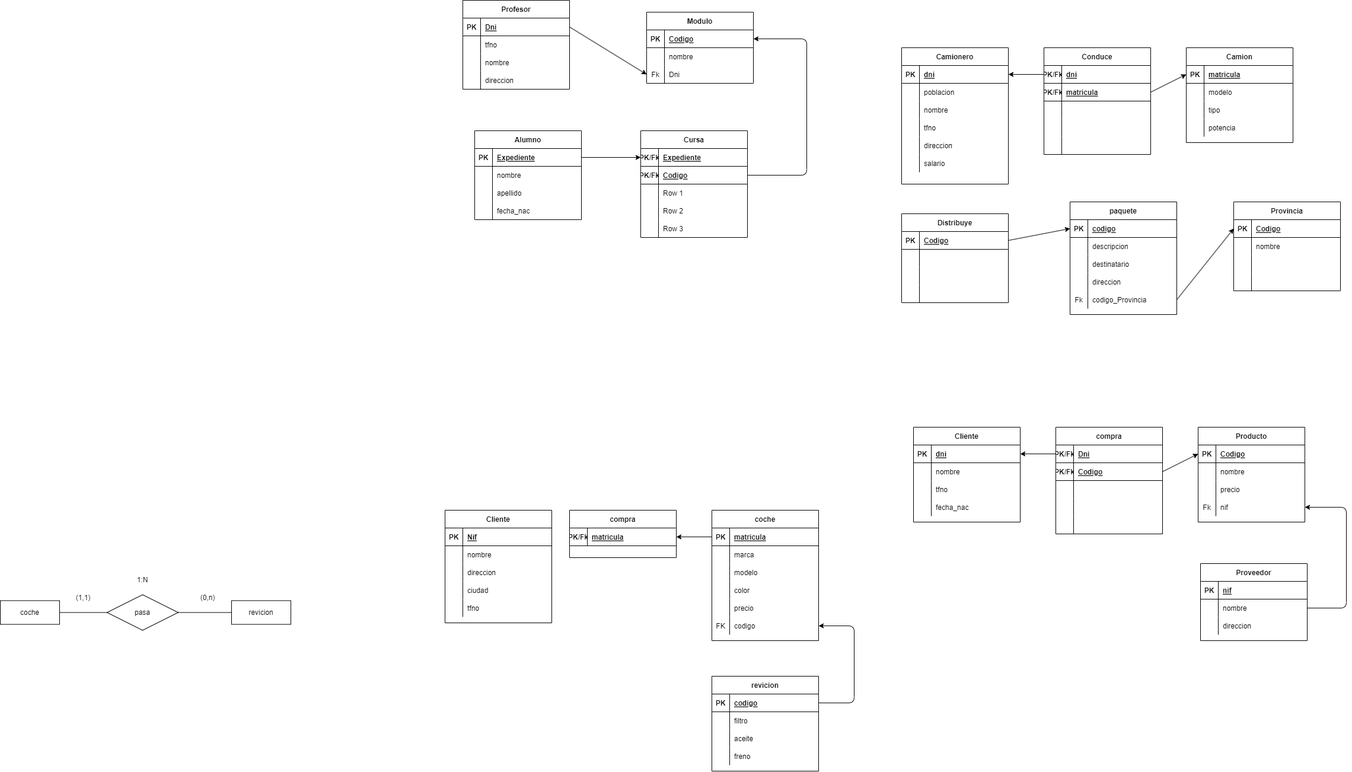
Before: Tema3/Ejercicio/Transformación a modelo relacional/driagrama.drawio.png, a diagram exported from draw.io (Joseman2000LR/Bae). Source tidied: cells renumbered, new cells last; positions are measured from the earlier drawing's top-left corner, leaving out a move shared by most shapes.
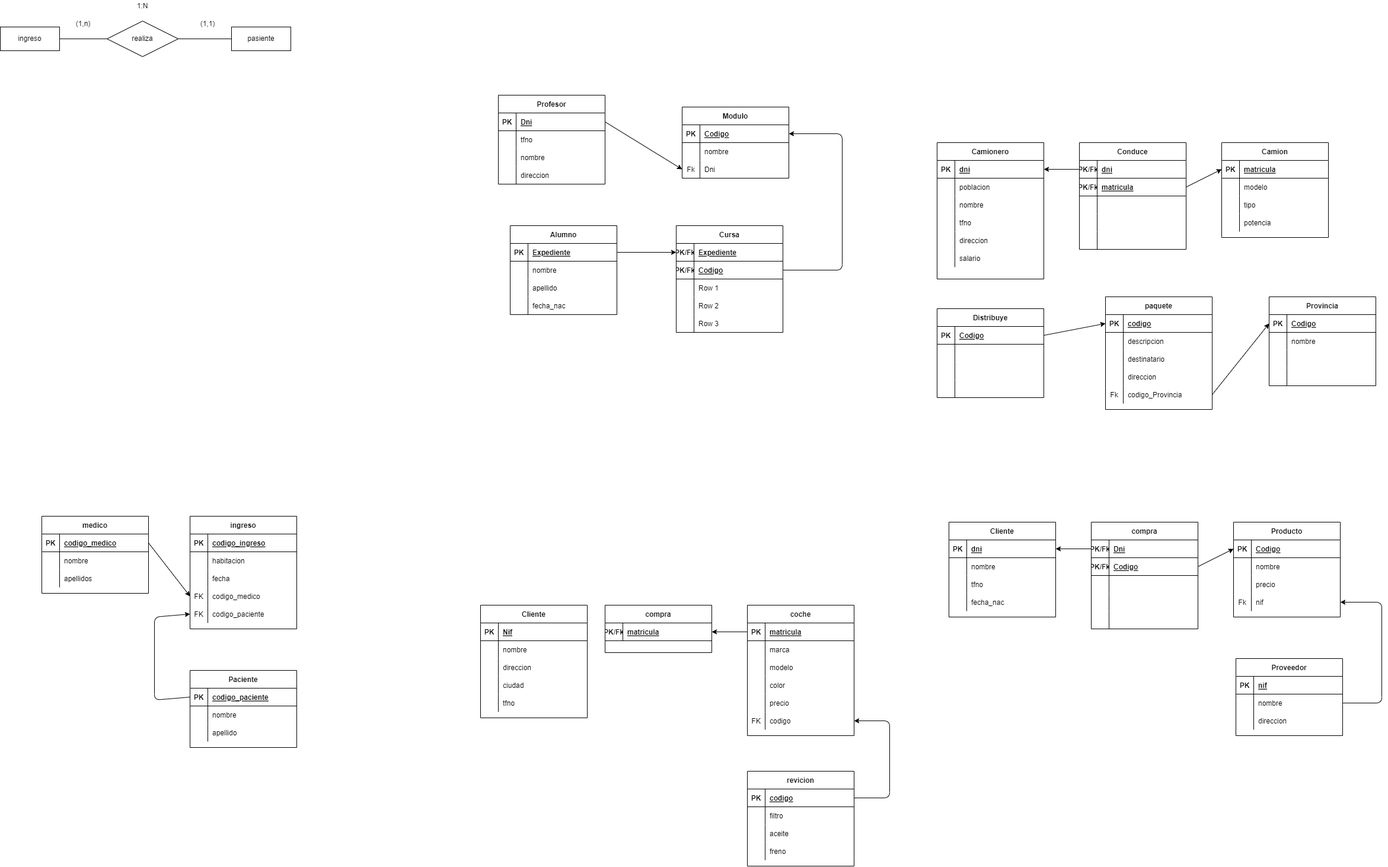
The same diagram one commit later.

What changed in the source:
```diff
@@ -454,14 +454,14 @@
         </Array>
       </mxGeometry>
     </mxCell>
-    <mxCell id="151" value="pasa" style="shape=rhombus;perimeter=rhombusPerimeter;whiteSpace=wrap;html=1;align=center;" parent="1" vertex="1">
-      <mxGeometry x="180" y="1002.5" width="120" height="60" as="geometry" />
+    <mxCell id="151" value="realiza" style="shape=rhombus;perimeter=rhombusPerimeter;whiteSpace=wrap;html=1;align=center;" parent="1" vertex="1">
+      <mxGeometry x="120" y="-125" width="120" height="60" as="geometry" />
     </mxCell>
-    <mxCell id="152" value="coche" style="whiteSpace=wrap;html=1;align=center;" parent="1" vertex="1">
-      <mxGeometry y="1012.5" width="100" height="40" as="geometry" />
+    <mxCell id="152" value="ingreso" style="whiteSpace=wrap;html=1;align=center;" parent="1" vertex="1">
+      <mxGeometry x="-60" y="-115" width="100" height="40" as="geometry" />
     </mxCell>
-    <mxCell id="153" value="revicion" style="whiteSpace=wrap;html=1;align=center;" parent="1" vertex="1">
-      <mxGeometry x="390" y="1012.5" width="100" height="40" as="geometry" />
+    <mxCell id="153" value="pasiente" style="whiteSpace=wrap;html=1;align=center;" parent="1" vertex="1">
+      <mxGeometry x="330" y="-115" width="100" height="40" as="geometry" />
     </mxCell>
     <mxCell id="154" style="endArrow=none;html=1;entryX=0;entryY=0.5;entryDx=0;entryDy=0;exitX=1;exitY=0.5;exitDx=0;exitDy=0;" parent="1" edge="1" source="151" target="153">
       <mxGeometry relative="1" as="geometry" />
@@ -470,10 +470,10 @@
       <mxGeometry relative="1" as="geometry" />
     </mxCell>
     <mxCell id="156" value="1:N" style="text;html=1;strokeColor=none;fillColor=none;align=center;verticalAlign=middle;whiteSpace=wrap;rounded=0;" parent="1" vertex="1">
-      <mxGeometry x="210" y="967.5" width="60" height="20" as="geometry" />
+      <mxGeometry x="150" y="-160" width="60" height="20" as="geometry" />
     </mxCell>
-    <mxCell id="157" value="(1,1)" style="text;html=1;strokeColor=none;fillColor=none;align=center;verticalAlign=middle;whiteSpace=wrap;rounded=0;" parent="1" vertex="1">
-      <mxGeometry x="110" y="992.5" width="60" height="30" as="geometry" />
+    <mxCell id="157" value="(1,n)" style="text;html=1;strokeColor=none;fillColor=none;align=center;verticalAlign=middle;whiteSpace=wrap;rounded=0;" parent="1" vertex="1">
+      <mxGeometry x="50" y="-135" width="60" height="30" as="geometry" />
     </mxCell>
     <mxCell id="158" value="Modulo" style="shape=table;startSize=30;rowLines=0;fontStyle=1;align=center;" parent="1" vertex="1">
       <mxGeometry x="1090" y="20" width="180" height="120" as="geometry" />
@@ -547,8 +547,8 @@
     <mxCell id="181" style="endArrow=classic;html=1;exitX=1;exitY=0.5;exitDx=0;exitDy=0;entryX=0;entryY=0.5;entryDx=0;entryDy=0;" parent="1" edge="1" source="169" target="165">
       <mxGeometry relative="1" as="geometry" />
     </mxCell>
-    <mxCell id="182" value="(0,n)" style="text;html=1;strokeColor=none;fillColor=none;align=center;verticalAlign=middle;whiteSpace=wrap;rounded=0;" parent="1" vertex="1">
-      <mxGeometry x="320" y="992.5" width="60" height="30" as="geometry" />
+    <mxCell id="182" value="(1,1)" style="text;html=1;strokeColor=none;fillColor=none;align=center;verticalAlign=middle;whiteSpace=wrap;rounded=0;" parent="1" vertex="1">
+      <mxGeometry x="260" y="-135" width="60" height="30" as="geometry" />
     </mxCell>
     <mxCell id="183" value="Alumno" style="shape=table;startSize=30;rowLines=0;fontStyle=1;align=center;" parent="1" vertex="1">
       <mxGeometry x="800" y="220" width="180" height="150" as="geometry" />
@@ -815,5 +815,124 @@
         </Array>
       </mxGeometry>
     </mxCell>
+    <mxCell id="268" value="ingreso" style="shape=table;startSize=30;rowLines=0;fontStyle=1;align=center;" parent="1" vertex="1">
+      <mxGeometry x="260" y="710" width="180" height="190" as="geometry" />
+    </mxCell>
+    <mxCell id="269" style="shape=tableRow;horizontal=0;startSize=0;swimlaneHead=0;swimlaneBody=0;fillColor=none;top=0;left=0;right=0;bottom=1;" parent="268" vertex="1">
+      <mxGeometry y="30" width="180" height="30" as="geometry" />
+    </mxCell>
+    <mxCell id="270" value="PK" style="shape=partialRectangle;fillColor=none;top=0;left=0;bottom=0;right=0;fontStyle=1;overflow=hidden;" parent="269" vertex="1">
+      <mxGeometry width="30" height="30" as="geometry" />
+    </mxCell>
+    <mxCell id="271" value="codigo_ingreso" style="shape=partialRectangle;fillColor=none;top=0;left=0;bottom=0;right=0;align=left;spacingLeft=6;fontStyle=5;overflow=hidden;" parent="269" vertex="1">
+      <mxGeometry x="30" width="150" height="30" as="geometry" />
+    </mxCell>
+    <mxCell id="272" style="shape=tableRow;horizontal=0;startSize=0;swimlaneHead=0;swimlaneBody=0;fillColor=none;top=0;left=0;right=0;bottom=0;" parent="268" vertex="1">
+      <mxGeometry y="60" width="180" height="30" as="geometry" />
+    </mxCell>
+    <mxCell id="273" style="shape=partialRectangle;fillColor=none;top=0;left=0;bottom=0;right=0;overflow=hidden;" parent="272" vertex="1">
+      <mxGeometry width="30" height="30" as="geometry" />
+    </mxCell>
+    <mxCell id="274" value="habitacion" style="shape=partialRectangle;fillColor=none;top=0;left=0;bottom=0;right=0;align=left;spacingLeft=6;overflow=hidden;" parent="272" vertex="1">
+      <mxGeometry x="30" width="150" height="30" as="geometry" />
+    </mxCell>
+    <mxCell id="275" style="shape=tableRow;horizontal=0;startSize=0;swimlaneHead=0;swimlaneBody=0;fillColor=none;top=0;left=0;right=0;bottom=0;" parent="268" vertex="1">
+      <mxGeometry y="90" width="180" height="30" as="geometry" />
+    </mxCell>
+    <mxCell id="276" style="shape=partialRectangle;fillColor=none;top=0;left=0;bottom=0;right=0;overflow=hidden;" parent="275" vertex="1">
+      <mxGeometry width="30" height="30" as="geometry" />
+    </mxCell>
+    <mxCell id="277" value="fecha" style="shape=partialRectangle;fillColor=none;top=0;left=0;bottom=0;right=0;align=left;spacingLeft=6;overflow=hidden;" parent="275" vertex="1">
+      <mxGeometry x="30" width="150" height="30" as="geometry" />
+    </mxCell>
+    <mxCell id="278" style="shape=tableRow;horizontal=0;startSize=0;swimlaneHead=0;swimlaneBody=0;fillColor=none;points=[[0,0.5],[1,0.5]];portConstraint=eastwest;top=0;left=0;right=0;bottom=0;" parent="268" vertex="1">
+      <mxGeometry y="120" width="180" height="30" as="geometry" />
+    </mxCell>
+    <mxCell id="279" value="FK" style="shape=partialRectangle;fillColor=none;top=0;left=0;bottom=0;right=0;overflow=hidden;" parent="278" vertex="1">
+      <mxGeometry width="30" height="30" as="geometry" />
+    </mxCell>
+    <mxCell id="280" value="codigo_medico" style="shape=partialRectangle;fillColor=none;top=0;left=0;bottom=0;right=0;align=left;spacingLeft=6;overflow=hidden;" parent="278" vertex="1">
+      <mxGeometry x="30" width="150" height="30" as="geometry" />
+    </mxCell>
+    <mxCell id="281" style="shape=tableRow;horizontal=0;startSize=0;swimlaneHead=0;swimlaneBody=0;fillColor=none;points=[[0,0.5],[1,0.5]];portConstraint=eastwest;top=0;left=0;right=0;bottom=0;" parent="268" vertex="1">
+      <mxGeometry y="150" width="180" height="30" as="geometry" />
+    </mxCell>
+    <mxCell id="282" value="FK" style="shape=partialRectangle;fillColor=none;top=0;left=0;bottom=0;right=0;overflow=hidden;" parent="281" vertex="1">
+      <mxGeometry width="30" height="30" as="geometry" />
+    </mxCell>
+    <mxCell id="283" value="codigo_paciente" style="shape=partialRectangle;fillColor=none;top=0;left=0;bottom=0;right=0;align=left;spacingLeft=6;overflow=hidden;" parent="281" vertex="1">
+      <mxGeometry x="30" width="150" height="30" as="geometry" />
+    </mxCell>
+    <mxCell id="284" value="medico" style="shape=table;startSize=30;rowLines=0;fontStyle=1;align=center;" parent="1" vertex="1">
+      <mxGeometry x="10" y="710" width="180" height="130" as="geometry" />
+    </mxCell>
+    <mxCell id="285" style="shape=tableRow;horizontal=0;startSize=0;swimlaneHead=0;swimlaneBody=0;fillColor=none;points=[[0,0.5],[1,0.5]];portConstraint=eastwest;top=0;left=0;right=0;bottom=1;" parent="284" vertex="1">
+      <mxGeometry y="30" width="180" height="30" as="geometry" />
+    </mxCell>
+    <mxCell id="286" value="PK" style="shape=partialRectangle;fillColor=none;top=0;left=0;bottom=0;right=0;fontStyle=1;overflow=hidden;" parent="285" vertex="1">
+      <mxGeometry width="30" height="30" as="geometry" />
+    </mxCell>
+    <mxCell id="287" value="codigo_medico" style="shape=partialRectangle;fillColor=none;top=0;left=0;bottom=0;right=0;align=left;spacingLeft=6;fontStyle=5;overflow=hidden;" parent="285" vertex="1">
+      <mxGeometry x="30" width="150" height="30" as="geometry" />
+    </mxCell>
+    <mxCell id="288" style="shape=tableRow;horizontal=0;startSize=0;swimlaneHead=0;swimlaneBody=0;fillColor=none;top=0;left=0;right=0;bottom=0;" parent="284" vertex="1">
+      <mxGeometry y="60" width="180" height="30" as="geometry" />
+    </mxCell>
+    <mxCell id="289" style="shape=partialRectangle;fillColor=none;top=0;left=0;bottom=0;right=0;overflow=hidden;" parent="288" vertex="1">
+      <mxGeometry width="30" height="30" as="geometry" />
+    </mxCell>
+    <mxCell id="290" value="nombre" style="shape=partialRectangle;fillColor=none;top=0;left=0;bottom=0;right=0;align=left;spacingLeft=6;overflow=hidden;" parent="288" vertex="1">
+      <mxGeometry x="30" width="150" height="30" as="geometry" />
+    </mxCell>
+    <mxCell id="291" style="shape=tableRow;horizontal=0;startSize=0;swimlaneHead=0;swimlaneBody=0;fillColor=none;top=0;left=0;right=0;bottom=0;" parent="284" vertex="1">
+      <mxGeometry y="90" width="180" height="30" as="geometry" />
+    </mxCell>
+    <mxCell id="292" style="shape=partialRectangle;fillColor=none;top=0;left=0;bottom=0;right=0;overflow=hidden;" parent="291" vertex="1">
+      <mxGeometry width="30" height="30" as="geometry" />
+    </mxCell>
+    <mxCell id="293" value="apellidos" style="shape=partialRectangle;fillColor=none;top=0;left=0;bottom=0;right=0;align=left;spacingLeft=6;overflow=hidden;" parent="291" vertex="1">
+      <mxGeometry x="30" width="150" height="30" as="geometry" />
+    </mxCell>
+    <mxCell id="294" style="endArrow=classic;html=1;exitX=1;exitY=0.5;exitDx=0;exitDy=0;entryX=0;entryY=0.5;entryDx=0;entryDy=0;" parent="1" edge="1" source="285" target="278">
+      <mxGeometry relative="1" as="geometry" />
+    </mxCell>
+    <mxCell id="295" value="Paciente" style="shape=table;startSize=30;rowLines=0;fontStyle=1;align=center;" parent="1" vertex="1">
+      <mxGeometry x="260" y="970" width="180" height="130" as="geometry" />
+    </mxCell>
+    <mxCell id="296" style="shape=tableRow;horizontal=0;startSize=0;swimlaneHead=0;swimlaneBody=0;fillColor=none;points=[[0,0.5],[1,0.5]];portConstraint=eastwest;top=0;left=0;right=0;bottom=1;" parent="295" vertex="1">
+      <mxGeometry y="30" width="180" height="30" as="geometry" />
+    </mxCell>
+    <mxCell id="297" value="PK" style="shape=partialRectangle;fillColor=none;top=0;left=0;bottom=0;right=0;fontStyle=1;overflow=hidden;" parent="296" vertex="1">
+      <mxGeometry width="30" height="30" as="geometry" />
+    </mxCell>
+    <mxCell id="298" value="codigo_paciente" style="shape=partialRectangle;fillColor=none;top=0;left=0;bottom=0;right=0;align=left;spacingLeft=6;fontStyle=5;overflow=hidden;" parent="296" vertex="1">
+      <mxGeometry x="30" width="150" height="30" as="geometry" />
+    </mxCell>
+    <mxCell id="299" style="shape=tableRow;horizontal=0;startSize=0;swimlaneHead=0;swimlaneBody=0;fillColor=none;top=0;left=0;right=0;bottom=0;" parent="295" vertex="1">
+      <mxGeometry y="60" width="180" height="30" as="geometry" />
+    </mxCell>
+    <mxCell id="300" style="shape=partialRectangle;fillColor=none;top=0;left=0;bottom=0;right=0;overflow=hidden;" parent="299" vertex="1">
+      <mxGeometry width="30" height="30" as="geometry" />
+    </mxCell>
+    <mxCell id="301" value="nombre" style="shape=partialRectangle;fillColor=none;top=0;left=0;bottom=0;right=0;align=left;spacingLeft=6;overflow=hidden;" parent="299" vertex="1">
+      <mxGeometry x="30" width="150" height="30" as="geometry" />
+    </mxCell>
+    <mxCell id="302" style="shape=tableRow;horizontal=0;startSize=0;swimlaneHead=0;swimlaneBody=0;fillColor=none;top=0;left=0;right=0;bottom=0;" parent="295" vertex="1">
+      <mxGeometry y="90" width="180" height="30" as="geometry" />
+    </mxCell>
+    <mxCell id="303" style="shape=partialRectangle;fillColor=none;top=0;left=0;bottom=0;right=0;overflow=hidden;" parent="302" vertex="1">
+      <mxGeometry width="30" height="30" as="geometry" />
+    </mxCell>
+    <mxCell id="304" value="apellido" style="shape=partialRectangle;fillColor=none;top=0;left=0;bottom=0;right=0;align=left;spacingLeft=6;overflow=hidden;" parent="302" vertex="1">
+      <mxGeometry x="30" width="150" height="30" as="geometry" />
+    </mxCell>
+    <mxCell id="305" style="endArrow=classic;html=1;exitX=0;exitY=0.5;exitDx=0;exitDy=0;entryX=0;entryY=0.5;entryDx=0;entryDy=0;" parent="1" edge="1" source="296" target="281">
+      <mxGeometry relative="1" as="geometry">
+        <Array as="points">
+          <mxPoint x="200" y="1020" />
+          <mxPoint x="200" y="880" />
+        </Array>
+      </mxGeometry>
+    </mxCell>
   </root>
 </mxGraphModel>
```
